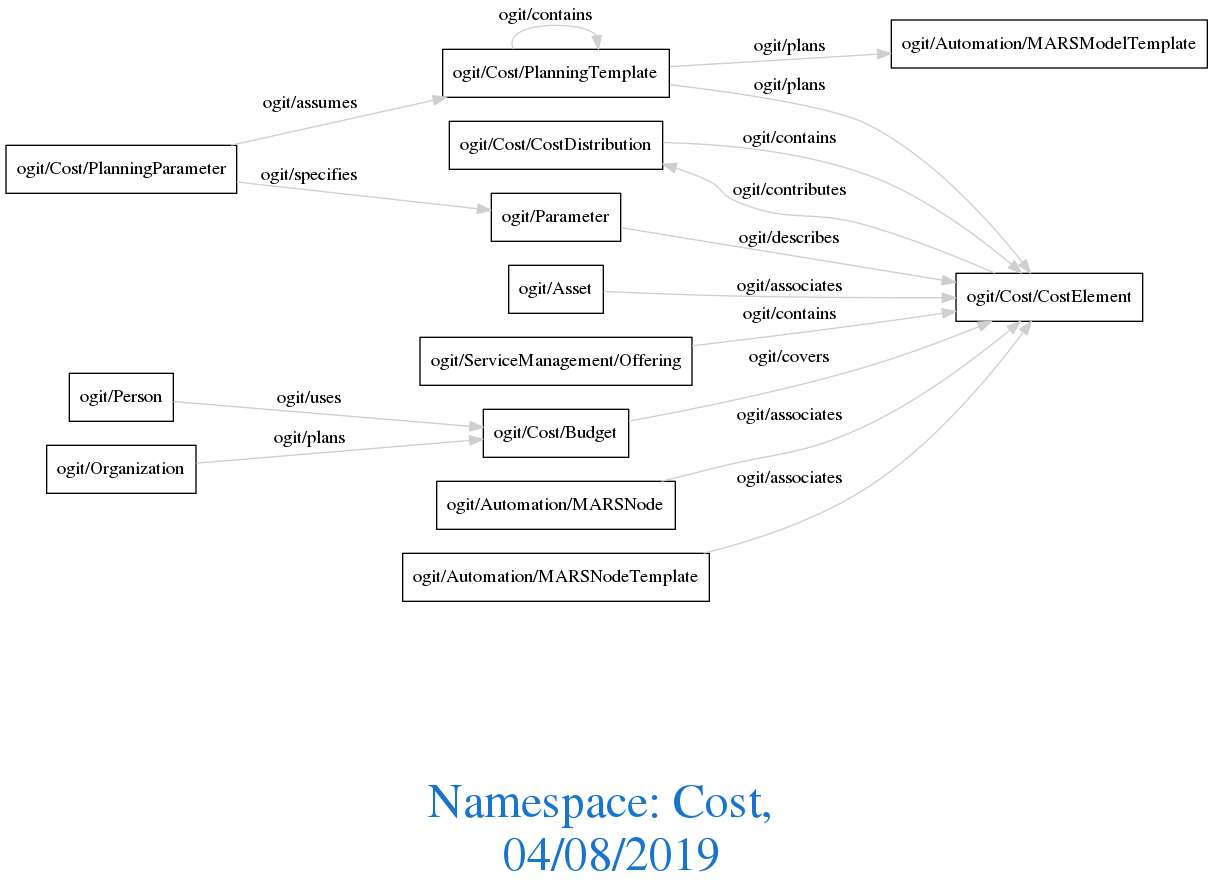
Earlier version of the Graphviz export downloads/Cost.png (arago/OGIT). Its source is kept beside it as downloads/Cost.dot.
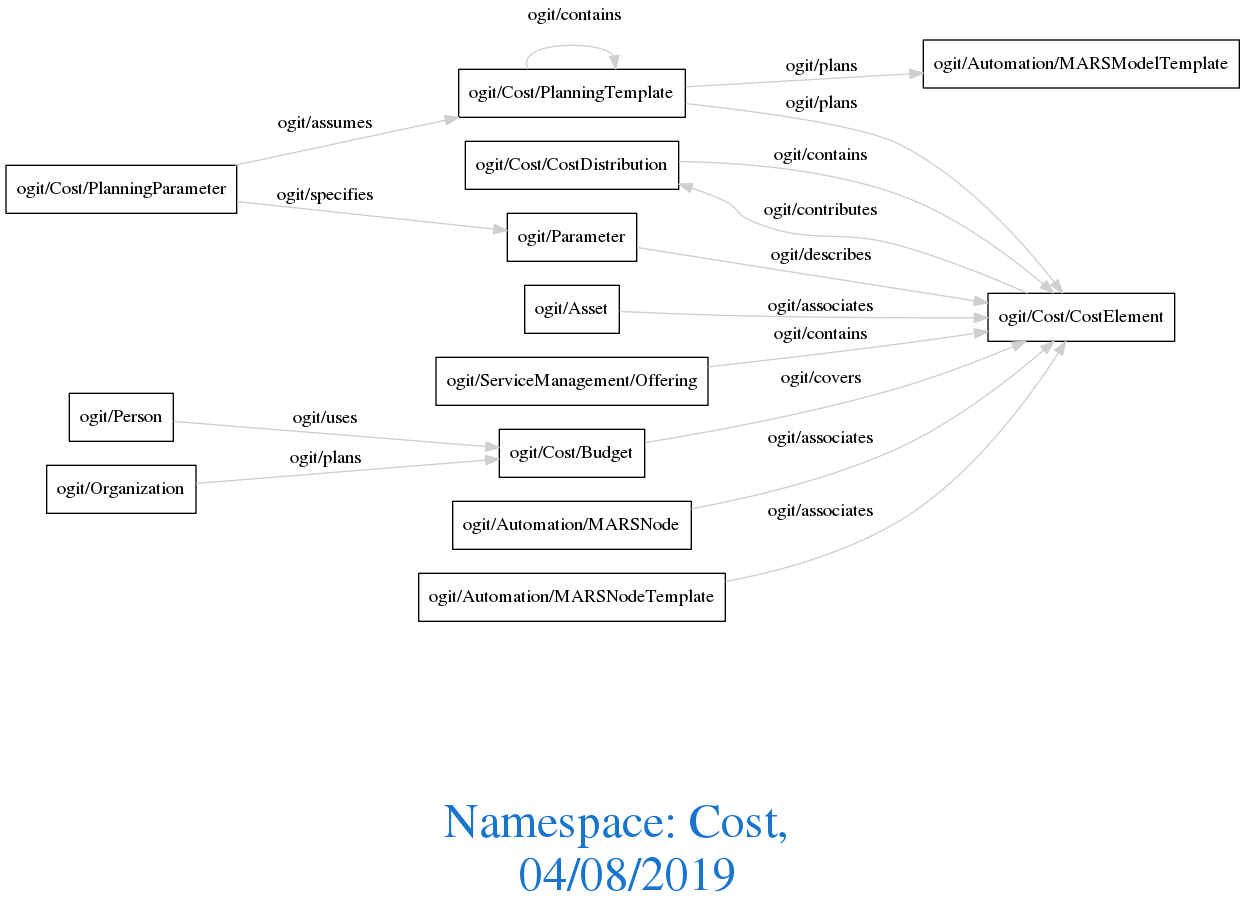
The same diagram one commit later.

Diff of the diagram source:
```diff
@@ -1,22 +1,24 @@
 digraph OGIT_ontology {
- graph [ rankdir= LR,fontsize = 36,
+ graph [ rankdir= LR,compound=true
+fontsize = 36,
 fontcolor= dodgerblue3,label = "\n\n\nNamespace: Cost, \n 04/08/2019"];
 node[shape=polygon];
 edge [  color="gray81"];
 
-   "ogit/Cost/CostDistribution" -> "ogit/Cost/CostElement" [label="ogit/contains    "];
-   "ogit/Cost/PlanningTemplate" -> "ogit/Cost/PlanningTemplate" [label="ogit/contains    "];
-   "ogit/ServiceManagement/Offering" -> "ogit/Cost/CostElement" [label="ogit/contains    "];
-   "ogit/Cost/PlanningParameter" -> "ogit/Parameter" [label="ogit/specifies    "];
-   "ogit/Cost/Budget" -> "ogit/Cost/CostElement" [label="ogit/covers    "];
-   "ogit/Parameter" -> "ogit/Cost/CostElement" [label="ogit/describes    "];
-   "ogit/Cost/CostElement" -> "ogit/Cost/CostDistribution" [label="ogit/contributes    "];
-   "ogit/Automation/MARSNode" -> "ogit/Cost/CostElement" [label="ogit/associates    "];
-   "ogit/Automation/MARSNodeTemplate" -> "ogit/Cost/CostElement" [label="ogit/associates    "];
-   "ogit/Asset" -> "ogit/Cost/CostElement" [label="ogit/associates    "];
-   "ogit/Person" -> "ogit/Cost/Budget" [label="ogit/uses    "];
-   "ogit/Cost/PlanningTemplate" -> "ogit/Automation/MARSModelTemplate" [label="ogit/plans    "];
-   "ogit/Cost/PlanningTemplate" -> "ogit/Cost/CostElement" [label="ogit/plans    "];
-   "ogit/Organization" -> "ogit/Cost/Budget" [label="ogit/plans    "];
-   "ogit/Cost/PlanningParameter" -> "ogit/Cost/PlanningTemplate" [label="ogit/assumes    "];
+   "ogit/Cost/CostDistribution" -> "ogit/Cost/CostElement" [label="   ogit/contains    "];
+   "ogit/Cost/PlanningTemplate" -> "ogit/Cost/PlanningTemplate" [label="   ogit/contains
+  "];
+   "ogit/ServiceManagement/Offering" -> "ogit/Cost/CostElement" [label="   ogit/contains    "];
+   "ogit/Cost/PlanningParameter" -> "ogit/Parameter" [label="   ogit/specifies    "];
+   "ogit/Cost/Budget" -> "ogit/Cost/CostElement" [label="   ogit/covers    "];
+   "ogit/Parameter" -> "ogit/Cost/CostElement" [label="   ogit/describes    "];
+   "ogit/Cost/CostElement" -> "ogit/Cost/CostDistribution" [label="   ogit/contributes    "];
+   "ogit/Automation/MARSNode" -> "ogit/Cost/CostElement" [label="   ogit/associates    "];
+   "ogit/Automation/MARSNodeTemplate" -> "ogit/Cost/CostElement" [label="   ogit/associates    "];
+   "ogit/Asset" -> "ogit/Cost/CostElement" [label="   ogit/associates    "];
+   "ogit/Person" -> "ogit/Cost/Budget" [label="   ogit/uses    "];
+   "ogit/Cost/PlanningTemplate" -> "ogit/Automation/MARSModelTemplate" [label="   ogit/plans    "];
+   "ogit/Cost/PlanningTemplate" -> "ogit/Cost/CostElement" [label="   ogit/plans    "];
+   "ogit/Organization" -> "ogit/Cost/Budget" [label="   ogit/plans    "];
+   "ogit/Cost/PlanningParameter" -> "ogit/Cost/PlanningTemplate" [label="   ogit/assumes    "];
 }
```
